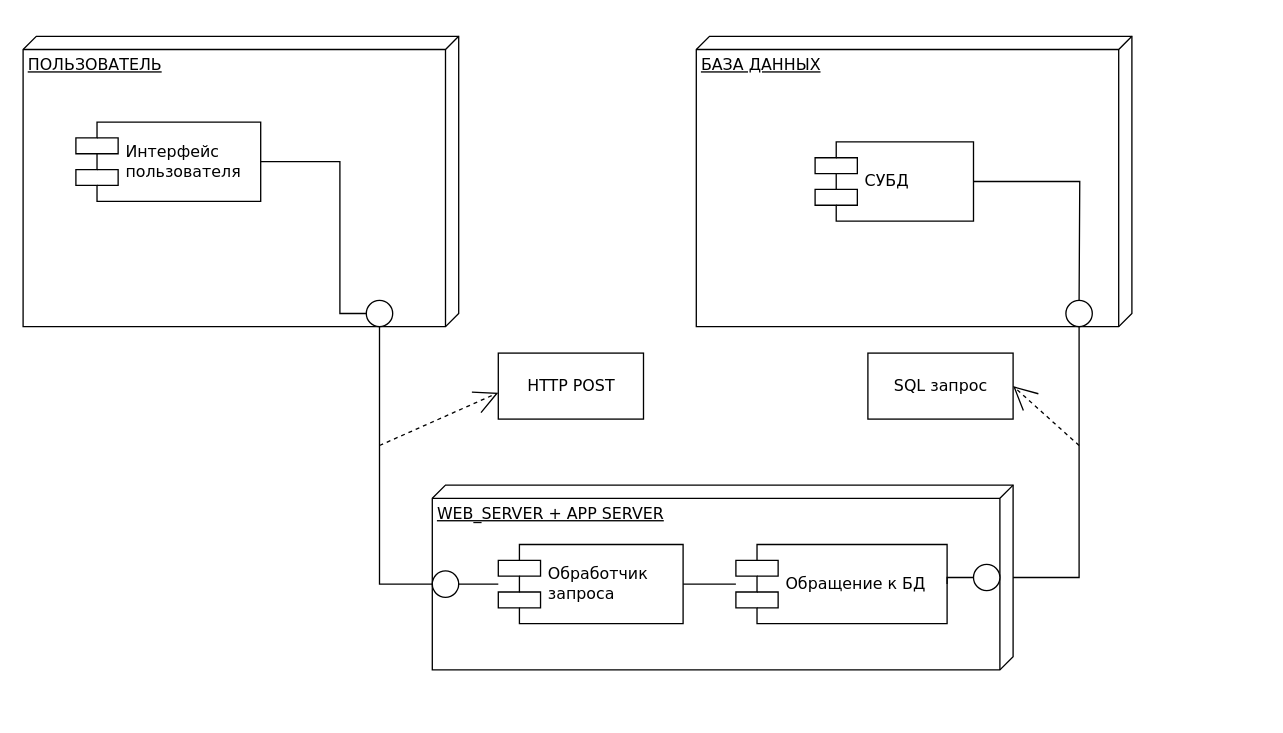
Above: Component.drawio in rmrakhimov/achive_2 (draw.io), before the change. Source tidied: cells renumbered, new cells numbered last; positions are measured from the earlier drawing's top-left corner, leaving out a move shared by most shapes. Both pictures are drawn from the tidied source at 132%, with x=0, y=0 at pixel (22, 36).
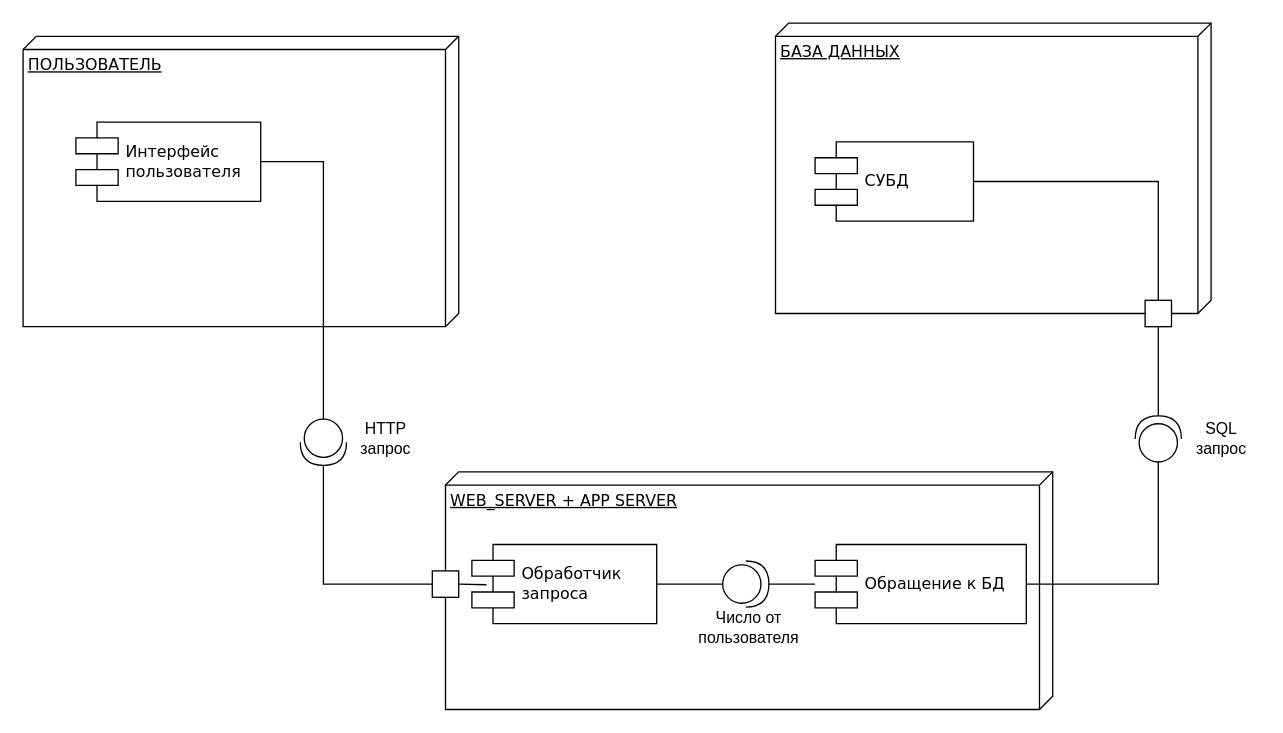
The same page after the edit.

Unchanged cells that the change refers to:
```xml
<mxCell id="2" value="ПОЛЬЗОВАТЕЛЬ" style="verticalAlign=top;align=left;spacingTop=8;spacingLeft=2;spacingRight=12;shape=cube;size=10;direction=south;fontStyle=4;html=1;rounded=0;shadow=0;comic=0;labelBackgroundColor=none;strokeWidth=1;fontFamily=Verdana;fontSize=12;" parent="1" vertex="1">
  <mxGeometry width="330" height="220" as="geometry" />
</mxCell>
<mxCell id="5" value="Интерфейс &lt;br&gt;пользователя" style="shape=component;align=left;spacingLeft=36;rounded=0;shadow=0;comic=0;labelBackgroundColor=none;strokeWidth=1;fontFamily=Verdana;fontSize=12;html=1;" parent="1" vertex="1">
  <mxGeometry x="40" y="65" width="140" height="60" as="geometry" />
</mxCell>
<mxCell id="8" value="СУБД" style="shape=component;align=left;spacingLeft=36;rounded=0;shadow=0;comic=0;labelBackgroundColor=none;strokeWidth=1;fontFamily=Verdana;fontSize=12;html=1;" parent="1" vertex="1">
  <mxGeometry x="600" y="80" width="120" height="60" as="geometry" />
</mxCell>
```

The edit, as a diff of the source:
```diff
@@
     <mxCell id="3" value="БАЗА ДАННЫХ" style="verticalAlign=top;align=left;spacingTop=8;spacingLeft=2;spacingRight=12;shape=cube;size=10;direction=south;fontStyle=4;html=1;rounded=0;shadow=0;comic=0;labelBackgroundColor=none;strokeWidth=1;fontFamily=Verdana;fontSize=12;" parent="1" vertex="1">
-      <mxGeometry x="510" width="330" height="220" as="geometry" />
+      <mxGeometry x="570" y="-10" width="330" height="220" as="geometry" />
     </mxCell>
     <mxCell id="4" value="WEB_SERVER + APP SERVER" style="verticalAlign=top;align=left;spacingTop=8;spacingLeft=2;spacingRight=12;shape=cube;size=10;direction=south;fontStyle=4;html=1;rounded=0;shadow=0;comic=0;labelBackgroundColor=none;strokeWidth=1;fontFamily=Verdana;fontSize=12;" parent="1" vertex="1">
-      <mxGeometry x="310" y="340" width="440" height="140" as="geometry" />
+      <mxGeometry x="320" y="330" width="460" height="180" as="geometry" />
     </mxCell>
+    <mxCell id="24" style="edgeStyle=orthogonalEdgeStyle;rounded=0;jettySize=auto;html=1;exitX=1;exitY=0.5;exitDx=0;exitDy=0;entryX=0;entryY=0.5;entryDx=0;entryDy=0;endArrow=none;endFill=0;startArrow=none;" parent="1" edge="1" source="30" target="28">
+      <mxGeometry relative="1" as="geometry" />
+    </mxCell>
@@
-    <mxCell id="6" style="ellipse;whiteSpace=wrap;html=1;rounded=0;shadow=0;comic=0;labelBackgroundColor=none;strokeWidth=1;fontFamily=Verdana;fontSize=12;align=center;" parent="1" vertex="1">
-      <mxGeometry x="260" y="200" width="20" height="20" as="geometry" />
-    </mxCell>
-    <mxCell id="7" style="edgeStyle=orthogonalEdgeStyle;rounded=0;jettySize=auto;html=1;endArrow=none;endFill=0;" parent="1" edge="1" source="8">
-      <mxGeometry relative="1" as="geometry">
-        <mxPoint x="800" y="200" as="targetPoint" />
-      </mxGeometry>
+    <mxCell id="7" style="edgeStyle=orthogonalEdgeStyle;rounded=0;jettySize=auto;html=1;endArrow=none;endFill=0;entryX=0.5;entryY=0;entryDx=0;entryDy=0;" parent="1" edge="1" source="8" target="29">
+      <mxGeometry relative="1" as="geometry" />
     </mxCell>
@@
-    <mxCell id="9" style="ellipse;whiteSpace=wrap;html=1;rounded=0;shadow=0;comic=0;labelBackgroundColor=none;strokeWidth=1;fontFamily=Verdana;fontSize=12;align=center;" parent="1" vertex="1">
-      <mxGeometry x="790" y="200" width="20" height="20" as="geometry" />
-    </mxCell>
-    <mxCell id="10" style="edgeStyle=orthogonalEdgeStyle;rounded=0;jettySize=auto;html=1;endArrow=none;endFill=0;" parent="1" edge="1" source="11" target="19">
+    <mxCell id="10" style="edgeStyle=orthogonalEdgeStyle;rounded=0;jettySize=auto;html=1;endArrow=none;endFill=0;startArrow=none;" parent="1" edge="1" source="33" target="19">
       <mxGeometry relative="1" as="geometry" />
     </mxCell>
     <mxCell id="11" value="Обработчик&amp;nbsp;&lt;br&gt;запроса" style="shape=component;align=left;spacingLeft=36;rounded=0;shadow=0;comic=0;labelBackgroundColor=none;strokeWidth=1;fontFamily=Verdana;fontSize=12;html=1;" parent="1" vertex="1">
-      <mxGeometry x="360" y="385" width="140" height="60" as="geometry" />
+      <mxGeometry x="340" y="385" width="140" height="60" as="geometry" />
     </mxCell>
-    <mxCell id="12" style="edgeStyle=none;rounded=0;html=1;dashed=1;labelBackgroundColor=none;startArrow=none;startFill=0;startSize=8;endArrow=open;endFill=0;endSize=16;fontFamily=Verdana;fontSize=12;" parent="1" edge="1">
-      <mxGeometry relative="1" as="geometry">
-        <mxPoint x="270" y="310" as="sourcePoint" />
-        <mxPoint x="360" y="270" as="targetPoint" />
-      </mxGeometry>
-    </mxCell>
-    <mxCell id="13" style="edgeStyle=elbowEdgeStyle;rounded=0;html=1;labelBackgroundColor=none;startArrow=none;startFill=0;startSize=8;endArrow=none;endFill=0;endSize=16;fontFamily=Verdana;fontSize=12;" parent="1" edge="1" source="6" target="5">
-      <mxGeometry relative="1" as="geometry">
-        <Array as="points">
-          <mxPoint x="240" y="160" />
-        </Array>
-      </mxGeometry>
-    </mxCell>
-    <mxCell id="14" style="edgeStyle=orthogonalEdgeStyle;rounded=0;html=1;labelBackgroundColor=none;startArrow=none;startFill=0;startSize=8;endArrow=none;endFill=0;endSize=16;fontFamily=Verdana;fontSize=12;" parent="1" edge="1" source="4" target="3">
-      <mxGeometry relative="1" as="geometry">
-        <Array as="points">
-          <mxPoint x="800" y="410" />
-        </Array>
-      </mxGeometry>
-    </mxCell>
-    <mxCell id="15" style="edgeStyle=orthogonalEdgeStyle;rounded=0;html=1;labelBackgroundColor=none;startArrow=none;startFill=0;startSize=8;endArrow=none;endFill=0;endSize=16;fontFamily=Verdana;fontSize=12;" parent="1" edge="1" source="4" target="2">
-      <mxGeometry relative="1" as="geometry">
-        <Array as="points">
-          <mxPoint x="270" y="415" />
-        </Array>
-      </mxGeometry>
-    </mxCell>
-    <mxCell id="16" value="HTTP POST" style="html=1;rounded=0;shadow=0;comic=0;labelBackgroundColor=none;strokeWidth=1;fontFamily=Verdana;fontSize=12;align=center;" parent="1" vertex="1">
-      <mxGeometry x="360" y="240" width="110" height="50" as="geometry" />
-    </mxCell>
-    <mxCell id="17" style="edgeStyle=orthogonalEdgeStyle;rounded=0;jettySize=auto;html=1;endArrow=none;endFill=0;" parent="1" edge="1" source="18" target="11">
-      <mxGeometry relative="1" as="geometry" />
+    <mxCell id="17" style="edgeStyle=orthogonalEdgeStyle;rounded=0;jettySize=auto;html=1;endArrow=none;endFill=0;" parent="1" edge="1" target="11">
+      <mxGeometry relative="1" as="geometry">
+        <mxPoint x="330" y="415" as="sourcePoint" />
+      </mxGeometry>
     </mxCell>
-    <mxCell id="18" style="ellipse;whiteSpace=wrap;html=1;rounded=0;shadow=0;comic=0;labelBackgroundColor=none;strokeWidth=1;fontFamily=Verdana;fontSize=12;align=center;" parent="1" vertex="1">
-      <mxGeometry x="310" y="405" width="20" height="20" as="geometry" />
-    </mxCell>
+    <mxCell id="25" style="edgeStyle=orthogonalEdgeStyle;rounded=0;jettySize=auto;html=1;exitX=1;exitY=0.5;exitDx=0;exitDy=0;entryX=0.5;entryY=1;entryDx=0;entryDy=0;endArrow=none;endFill=0;startArrow=none;" parent="1" edge="1" source="36" target="29">
+      <mxGeometry relative="1" as="geometry" />
+    </mxCell>
     <mxCell id="19" value="Обращение к БД" style="shape=component;align=left;spacingLeft=36;rounded=0;shadow=0;comic=0;labelBackgroundColor=none;strokeWidth=1;fontFamily=Verdana;fontSize=12;html=1;" parent="1" vertex="1">
-      <mxGeometry x="540" y="385" width="160" height="60" as="geometry" />
+      <mxGeometry x="600" y="385" width="160" height="60" as="geometry" />
     </mxCell>
-    <mxCell id="20" style="edgeStyle=orthogonalEdgeStyle;rounded=0;jettySize=auto;html=1;endArrow=none;endFill=0;" parent="1" edge="1" source="21" target="19">
-      <mxGeometry relative="1" as="geometry" />
-    </mxCell>
-    <mxCell id="21" style="ellipse;whiteSpace=wrap;html=1;rounded=0;shadow=0;comic=0;labelBackgroundColor=none;strokeWidth=1;fontFamily=Verdana;fontSize=12;align=center;" parent="1" vertex="1">
-      <mxGeometry x="720" y="400" width="20" height="20" as="geometry" />
-    </mxCell>
+    <mxCell id="26" style="edgeStyle=orthogonalEdgeStyle;rounded=0;jettySize=auto;html=1;exitX=1;exitY=0.5;exitDx=0;exitDy=0;endArrow=none;endFill=0;" parent="1" edge="1" source="28">
+      <mxGeometry relative="1" as="geometry">
+        <mxPoint x="330" y="415.1" as="targetPoint" />
+      </mxGeometry>
+    </mxCell>
+    <mxCell id="27" style="edgeStyle=orthogonalEdgeStyle;rounded=0;jettySize=auto;html=1;exitX=0;exitY=0.5;exitDx=0;exitDy=0;endArrow=none;endFill=0;" parent="1" edge="1" source="28">
+      <mxGeometry relative="1" as="geometry">
+        <mxPoint x="320" y="415" as="targetPoint" />
+      </mxGeometry>
+    </mxCell>
+    <mxCell id="28" style="whiteSpace=wrap;html=1;" parent="1" vertex="1">
+      <mxGeometry x="310" y="405" width="20" height="20" as="geometry" />
+    </mxCell>
+    <mxCell id="29" style="whiteSpace=wrap;html=1;" parent="1" vertex="1">
+      <mxGeometry x="850" y="200" width="20" height="20" as="geometry" />
+    </mxCell>
+    <mxCell id="30" style="shape=providedRequiredInterface;html=1;verticalLabelPosition=bottom;sketch=0;rotation=90;" parent="1" vertex="1">
+      <mxGeometry x="210" y="290" width="35" height="35" as="geometry" />
+    </mxCell>
+    <mxCell id="31" style="edgeStyle=orthogonalEdgeStyle;rounded=0;jettySize=auto;html=1;exitX=1;exitY=0.5;exitDx=0;exitDy=0;entryX=0;entryY=0.5;entryDx=0;entryDy=0;endArrow=none;endFill=0;" parent="1" edge="1" source="5" target="30">
+      <mxGeometry relative="1" as="geometry" />
+    </mxCell>
+    <mxCell id="32" value="HTTP запрос" style="text;html=1;strokeColor=none;fillColor=none;align=center;verticalAlign=middle;whiteSpace=wrap;rounded=0;" parent="1" vertex="1">
+      <mxGeometry x="245" y="290" width="60" height="30" as="geometry" />
+    </mxCell>
+    <mxCell id="33" style="shape=providedRequiredInterface;html=1;verticalLabelPosition=bottom;sketch=0;rotation=0;" parent="1" vertex="1">
+      <mxGeometry x="530" y="397.5" width="35" height="35" as="geometry" />
+    </mxCell>
+    <mxCell id="34" style="edgeStyle=orthogonalEdgeStyle;rounded=0;jettySize=auto;html=1;endArrow=none;endFill=0;" parent="1" edge="1" source="11" target="33">
+      <mxGeometry relative="1" as="geometry" />
+    </mxCell>
+    <mxCell id="35" value="Число от пользователя" style="text;html=1;strokeColor=none;fillColor=none;align=center;verticalAlign=middle;whiteSpace=wrap;rounded=0;" parent="1" vertex="1">
+      <mxGeometry x="520" y="432.5" width="60" height="30" as="geometry" />
+    </mxCell>
+    <mxCell id="36" style="shape=providedRequiredInterface;html=1;verticalLabelPosition=bottom;sketch=0;rotation=-90;" parent="1" vertex="1">
+      <mxGeometry x="842.5" y="287.5" width="35" height="35" as="geometry" />
+    </mxCell>
+    <mxCell id="37" style="edgeStyle=orthogonalEdgeStyle;rounded=0;jettySize=auto;html=1;exitX=1;exitY=0.5;exitDx=0;exitDy=0;endArrow=none;endFill=0;entryX=0;entryY=0.5;entryDx=0;entryDy=0;entryPerimeter=0;" parent="1" edge="1" source="19" target="36">
+      <mxGeometry relative="1" as="geometry" />
+    </mxCell>
-    <mxCell id="22" value="SQL запрос" style="html=1;rounded=0;shadow=0;comic=0;labelBackgroundColor=none;strokeWidth=1;fontFamily=Verdana;fontSize=12;align=center;" parent="1" vertex="1">
-      <mxGeometry x="640" y="240" width="110" height="50" as="geometry" />
+    <mxCell id="22" value="SQL запрос" style="text;html=1;strokeColor=none;fillColor=none;align=center;verticalAlign=middle;whiteSpace=wrap;rounded=0;" parent="1" vertex="1">
+      <mxGeometry x="877.5" y="290" width="60" height="30" as="geometry" />
     </mxCell>
-    <mxCell id="23" style="edgeStyle=none;rounded=0;html=1;dashed=1;labelBackgroundColor=none;startArrow=none;startFill=0;startSize=8;endArrow=open;endFill=0;endSize=16;fontFamily=Verdana;fontSize=12;entryX=1;entryY=0.5;entryDx=0;entryDy=0;" parent="1" edge="1" target="22">
-      <mxGeometry relative="1" as="geometry">
-        <mxPoint x="800" y="310" as="sourcePoint" />
-      </mxGeometry>
-    </mxCell>
```
